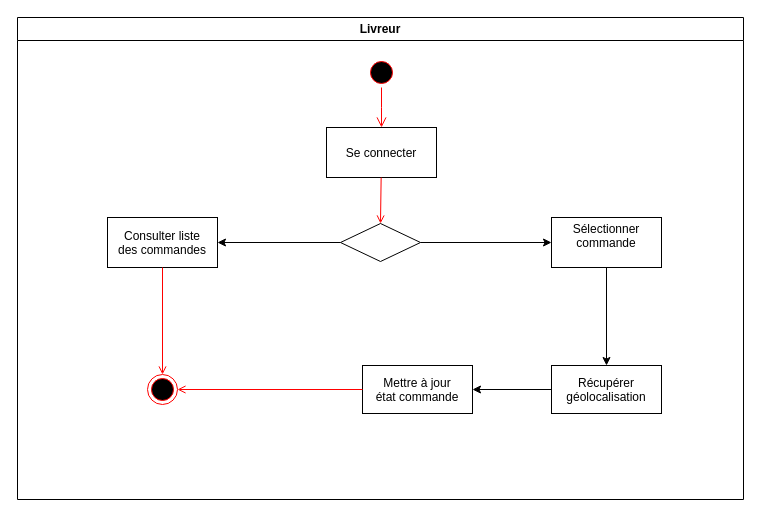
othman3492/p4uml keeps this draw.io diagram as Activity livreur.drawio. Above is the earlier version. Source tidied: cells renumbered, new cells numbered last; positions are measured from the earlier drawing's top-left corner, leaving out a move shared by most shapes. Both pictures are drawn from the tidied source at 100%, with x=0, y=0 at pixel (17, 17).
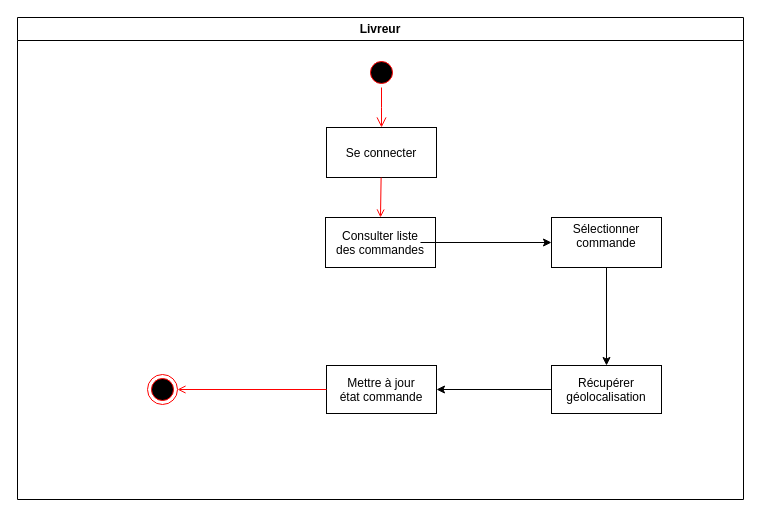
After the change.

What changed in the source:
```diff
@@
 <mxGraphModel background="#ffffff">
   <root>
     <mxCell id="0" />
     <mxCell id="1" parent="0" />
     <mxCell id="2" value="Livreur" style="swimlane;whiteSpace=wrap;startSize=23;" parent="1" vertex="1">
       <mxGeometry width="726" height="482" as="geometry" />
     </mxCell>
     <mxCell id="3" style="ellipse;shape=startState;fillColor=#000000;strokeColor=#ff0000;" parent="2" vertex="1">
       <mxGeometry x="349" y="40" width="30" height="30" as="geometry" />
     </mxCell>
     <mxCell id="4" style="edgeStyle=elbowEdgeStyle;elbow=horizontal;verticalAlign=bottom;endArrow=open;endSize=8;strokeColor=#FF0000;endFill=1;rounded=0;" parent="2" edge="1" source="3" target="5">
       <mxGeometry x="349" y="40" as="geometry" />
     </mxCell>
     <mxCell id="5" value="Se connecter" parent="2" vertex="1">
       <mxGeometry x="309" y="110" width="110" height="50" as="geometry" />
     </mxCell>
-    <mxCell id="6" style="endArrow=open;strokeColor=#FF0000;endFill=1;rounded=0;entryX=0.5;entryY=0;entryDx=0;entryDy=0;" parent="2" edge="1" source="5" target="8">
+    <mxCell id="6" style="endArrow=open;strokeColor=#FF0000;endFill=1;rounded=0;entryX=0.5;entryY=0;entryDx=0;entryDy=0;" parent="2" edge="1" source="5" target="7">
       <mxGeometry relative="1" as="geometry" />
     </mxCell>
     <mxCell id="7" value="Consulter liste&#10;des commandes" parent="2" vertex="1">
-      <mxGeometry x="90" y="200" width="110" height="50" as="geometry" />
+      <mxGeometry x="308" y="200" width="110" height="50" as="geometry" />
     </mxCell>
-    <mxCell id="8" style="rhombus;whiteSpace=wrap;html=1;" parent="2" vertex="1">
-      <mxGeometry x="323" y="206" width="80" height="38" as="geometry" />
-    </mxCell>
     <mxCell id="9" style="edgeStyle=orthogonalEdgeStyle;rounded=0;jettySize=auto;html=1;" parent="2" edge="1" source="10" target="11">
       <mxGeometry relative="1" as="geometry" />
     </mxCell>
     <mxCell id="10" value="Récupérer&#10;géolocalisation" parent="2" vertex="1">
       <mxGeometry x="534" y="348" width="110" height="48" as="geometry" />
     </mxCell>
     <mxCell id="11" value="Mettre à jour&#10;état commande" parent="2" vertex="1">
-      <mxGeometry x="345" y="348" width="110" height="48" as="geometry" />
+      <mxGeometry x="309" y="348" width="110" height="48" as="geometry" />
     </mxCell>
     <mxCell id="12" style="ellipse;html=1;shape=endState;fillColor=#000000;strokeColor=#ff0000;" parent="2" vertex="1">
       <mxGeometry x="130" y="357" width="30" height="30" as="geometry" />
     </mxCell>
-    <mxCell id="13" style="endArrow=classic;html=1;exitX=0;exitY=0.5;exitDx=0;exitDy=0;entryX=1;entryY=0.5;entryDx=0;entryDy=0;" parent="2" edge="1" source="8" target="7">
-      <mxGeometry relative="1" as="geometry" />
-    </mxCell>
-    <mxCell id="14" style="endArrow=open;strokeColor=#FF0000;endFill=1;rounded=0;exitX=0.5;exitY=1;exitDx=0;exitDy=0;" parent="2" edge="1" source="7" target="12">
-      <mxGeometry relative="1" as="geometry" />
-    </mxCell>
     <mxCell id="15" style="endArrow=open;strokeColor=#FF0000;endFill=1;rounded=0;exitX=0;exitY=0.5;exitDx=0;exitDy=0;entryX=1;entryY=0.5;entryDx=0;entryDy=0;" parent="2" edge="1" source="11" target="12">
       <mxGeometry relative="1" as="geometry" />
     </mxCell>
     <mxCell id="16" value="Sélectionner&#10;commande&#10;" parent="1" vertex="1">
       <mxGeometry x="534" y="200" width="110" height="50" as="geometry" />
     </mxCell>
-    <mxCell id="17" style="endArrow=classic;html=1;entryX=0;entryY=0.5;entryDx=0;entryDy=0;exitX=1;exitY=0.5;exitDx=0;exitDy=0;" parent="1" edge="1" source="8" target="16">
-      <mxGeometry relative="1" as="geometry" />
+    <mxCell id="17" style="endArrow=classic;html=1;entryX=0;entryY=0.5;entryDx=0;entryDy=0;exitX=1;exitY=0.5;exitDx=0;exitDy=0;" parent="1" edge="1" target="16">
+      <mxGeometry relative="1" as="geometry">
+        <mxPoint x="403" y="225" as="sourcePoint" />
+      </mxGeometry>
     </mxCell>
     <mxCell id="18" style="endArrow=classic;html=1;exitX=0.5;exitY=1;exitDx=0;exitDy=0;entryX=0.5;entryY=0;entryDx=0;entryDy=0;" parent="1" edge="1" source="16" target="10">
       <mxGeometry relative="1" as="geometry" />
     </mxCell>
   </root>
 </mxGraphModel>
```
